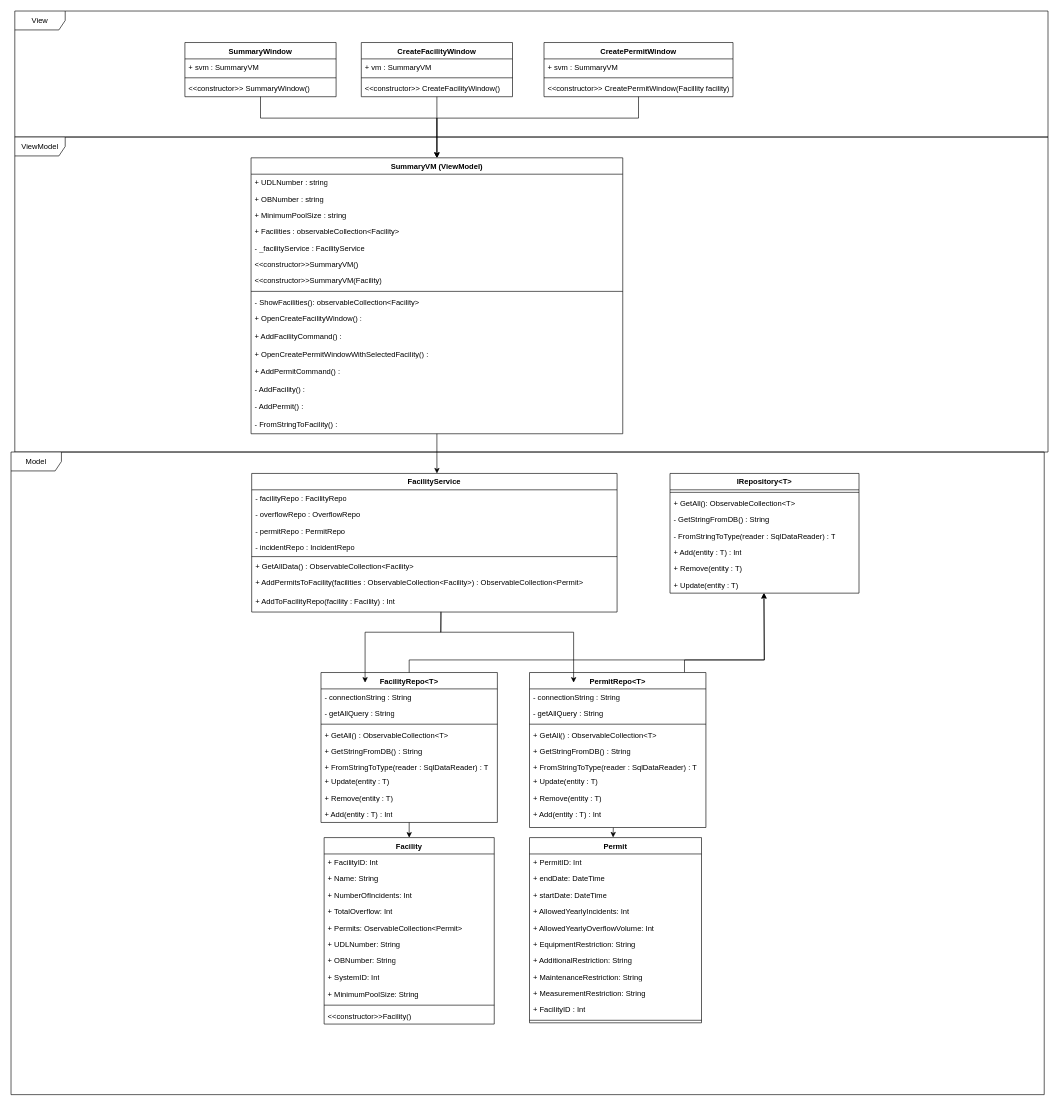
DScharla/T14 keeps this draw.io diagram as page "Side-7" (7 of 7) of SD og DCD final.drawio. Above is the earlier version. Source tidied: cells renumbered, new cells numbered last; positions are measured from the earlier drawing's top-left corner, leaving out a move shared by most shapes. Both pictures are drawn from the tidied source at 63%, with x=0, y=0 at pixel (11, 11).
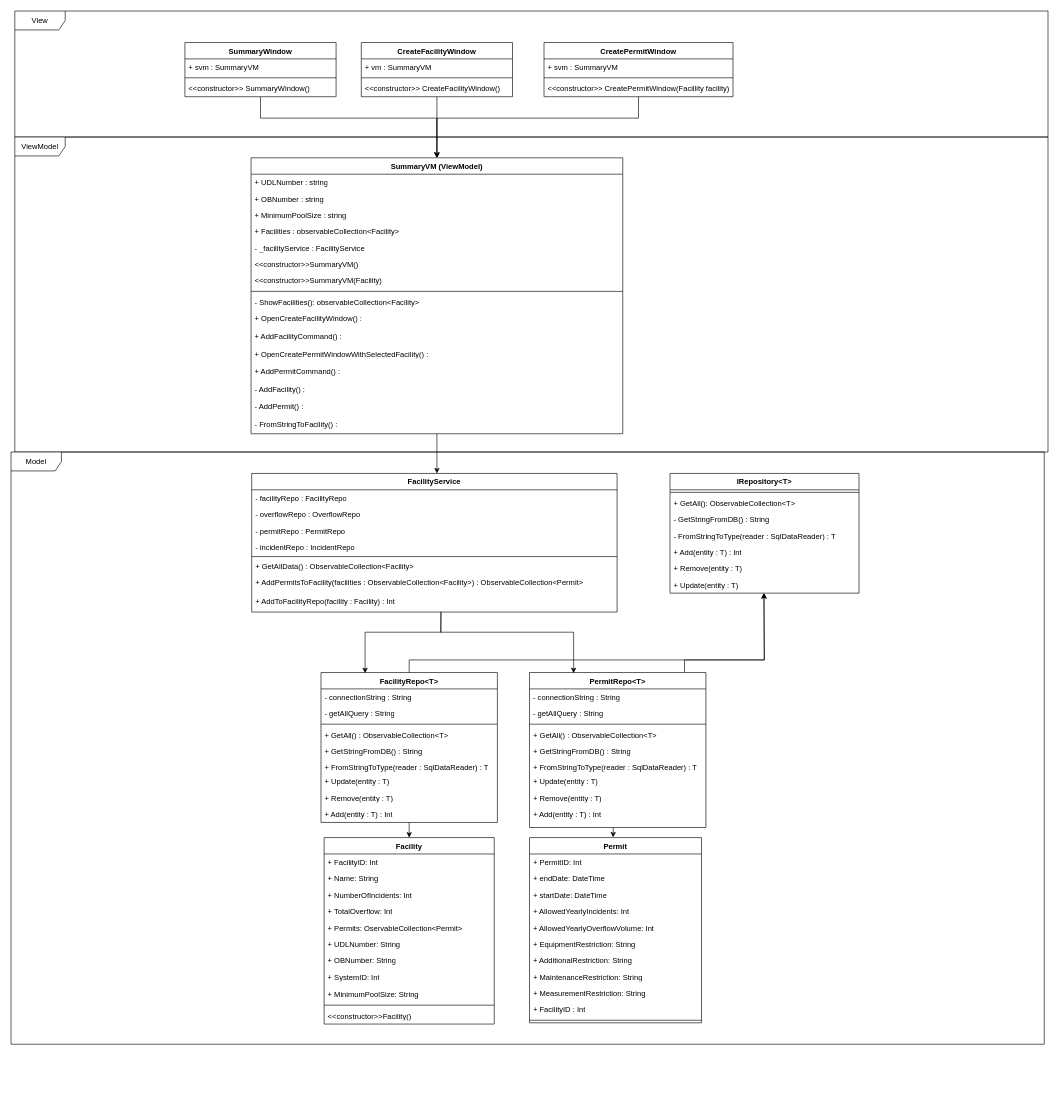
Above is the later version.

Commit message:
Mindre rettelse til DCD for UC2

The change refers to these unchanged cells:
```xml
<mxCell id="79" value="+ AddToFacilityRepo(facility : Facility) :&amp;nbsp;Int" style="text;strokeColor=none;fillColor=none;align=left;verticalAlign=top;spacingLeft=4;spacingRight=4;overflow=hidden;points=[[0,0.5],[1,0.5]];portConstraint=eastwest;whiteSpace=wrap;html=1;" parent="71" vertex="1">
  <mxGeometry y="190" width="580" height="30" as="geometry" />
</mxCell>
```

The edit, as a diff of the source:
```diff
@@
     <mxCell id="49" value="Model" style="shape=umlFrame;whiteSpace=wrap;html=1;width=80;height=30;" parent="1" vertex="1">
-      <mxGeometry y="700" width="1640" height="1020" as="geometry" />
+      <mxGeometry y="700" width="1640" height="940" as="geometry" />
     </mxCell>
@@
-    <mxCell id="70" style="edgeStyle=orthogonalEdgeStyle;rounded=0;jettySize=auto;html=1;entryX=0.25;entryY=0;entryDx=0;entryDy=0;exitX=0.518;exitY=0.982;exitDx=0;exitDy=0;exitPerimeter=0;" parent="1" edge="1" source="79">
+    <mxCell id="70" style="edgeStyle=orthogonalEdgeStyle;rounded=0;jettySize=auto;html=1;exitX=0.518;exitY=0.982;exitDx=0;exitDy=0;exitPerimeter=0;" parent="1" edge="1" source="79">
       <mxGeometry relative="1" as="geometry">
-        <mxPoint x="562" y="1066" as="targetPoint" />
+        <mxPoint x="562" y="1051" as="targetPoint" />
         <Array as="points">
           <mxPoint x="682" y="986" />
           <mxPoint x="562" y="986" />
         </Array>
       </mxGeometry>
     </mxCell>
@@
-    <mxCell id="104" style="edgeStyle=orthogonalEdgeStyle;rounded=0;jettySize=auto;html=1;entryX=0.25;entryY=0;entryDx=0;entryDy=0;exitX=0.518;exitY=1.014;exitDx=0;exitDy=0;exitPerimeter=0;" parent="1" edge="1" source="79">
+    <mxCell id="104" style="edgeStyle=orthogonalEdgeStyle;rounded=0;jettySize=auto;html=1;exitX=0.518;exitY=1.014;exitDx=0;exitDy=0;exitPerimeter=0;" parent="1" edge="1" source="79">
       <mxGeometry relative="1" as="geometry">
-        <mxPoint x="893" y="1066" as="targetPoint" />
+        <mxPoint x="893" y="1051" as="targetPoint" />
         <Array as="points">
           <mxPoint x="682" y="960" />
           <mxPoint x="682" y="960" />
           <mxPoint x="682" y="986" />
           <mxPoint x="893" y="986" />
         </Array>
       </mxGeometry>
     </mxCell>
```
